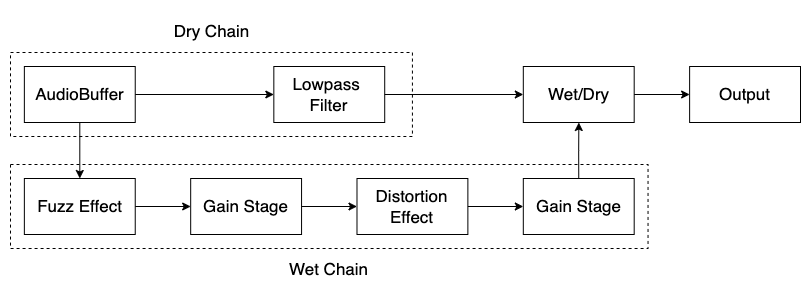
Before: Misc/FlowDiagram/SignalChain/Signal_Chain_002.drawio.png, a diagram exported from draw.io (CiaranMaloy/CleanBlendDistortion). Source tidied: cells renumbered, new cells last; positions are measured from the earlier drawing's top-left corner, leaving out a move shared by most shapes. The source it was exported from:
```xml
<mxGraphModel>
  <root>
    <mxCell id="0" />
    <mxCell id="1" parent="0" />
    <mxCell id="2" style="group;" parent="1" vertex="1">
      <mxGeometry width="790" height="280" as="geometry" />
    </mxCell>
    <mxCell id="3" style="rounded=0;whiteSpace=wrap;html=1;fillColor=none;dashed=1;fontSize=17;" parent="2" vertex="1">
      <mxGeometry y="42" width="401.9" height="84" as="geometry" />
    </mxCell>
    <mxCell id="4" value="AudioBuffer" style="rounded=0;whiteSpace=wrap;html=1;fontSize=17;" parent="2" vertex="1">
      <mxGeometry x="13.9" y="56" width="110.9" height="56" as="geometry" />
    </mxCell>
    <mxCell id="5" value="Lowpass &lt;br style=&quot;font-size: 17px;&quot;&gt;Filter" style="whiteSpace=wrap;html=1;rounded=0;fontSize=17;" parent="2" vertex="1">
      <mxGeometry x="263.3" y="56" width="110.9" height="56" as="geometry" />
    </mxCell>
    <mxCell id="6" style="edgeStyle=orthogonalEdgeStyle;rounded=0;jettySize=auto;html=1;fontSize=17;" parent="2" edge="1" source="4" target="5">
      <mxGeometry relative="1" as="geometry" />
    </mxCell>
    <mxCell id="7" value="Wet/Dry" style="whiteSpace=wrap;html=1;rounded=0;fontSize=17;" parent="2" vertex="1">
      <mxGeometry x="512.8" y="56" width="110.9" height="56" as="geometry" />
    </mxCell>
    <mxCell id="8" style="edgeStyle=orthogonalEdgeStyle;rounded=0;jettySize=auto;html=1;fontSize=17;" parent="2" edge="1" source="5" target="7">
      <mxGeometry relative="1" as="geometry" />
    </mxCell>
    <mxCell id="9" value="Dry Chain" style="text;html=1;strokeColor=none;fillColor=none;align=center;verticalAlign=middle;whiteSpace=wrap;rounded=0;fontSize=17;" parent="2" vertex="1">
      <mxGeometry x="145.5" width="110.9" height="42" as="geometry" />
    </mxCell>
    <mxCell id="10" value="Output" style="whiteSpace=wrap;html=1;rounded=0;fontSize=17;" parent="2" vertex="1">
      <mxGeometry x="679.1" y="56" width="110.9" height="56" as="geometry" />
    </mxCell>
    <mxCell id="11" style="edgeStyle=orthogonalEdgeStyle;rounded=0;jettySize=auto;html=1;fontSize=17;" parent="2" edge="1" source="7" target="10">
      <mxGeometry relative="1" as="geometry" />
    </mxCell>
    <mxCell id="12" value="Fuzz Effect" style="rounded=0;whiteSpace=wrap;html=1;fontSize=17;" parent="2" vertex="1">
      <mxGeometry x="13.9" y="168" width="110.9" height="56" as="geometry" />
    </mxCell>
    <mxCell id="13" style="edgeStyle=orthogonalEdgeStyle;rounded=0;jettySize=auto;html=1;fontSize=17;" parent="2" edge="1" source="4" target="12">
      <mxGeometry relative="1" as="geometry">
        <Array as="points">
          <mxPoint x="69.3" y="196" />
        </Array>
      </mxGeometry>
    </mxCell>
    <mxCell id="14" value="Wet Chain" style="text;html=1;strokeColor=none;fillColor=none;align=center;verticalAlign=middle;whiteSpace=wrap;rounded=0;fontSize=17;" parent="2" vertex="1">
      <mxGeometry x="263.3" y="238" width="110.9" height="42" as="geometry" />
    </mxCell>
    <mxCell id="15" value="Gain Stage" style="rounded=0;whiteSpace=wrap;html=1;fontSize=17;" parent="2" vertex="1">
      <mxGeometry x="180.2" y="168" width="110.9" height="56" as="geometry" />
    </mxCell>
    <mxCell id="16" style="edgeStyle=orthogonalEdgeStyle;rounded=0;jettySize=auto;html=1;fontSize=17;" parent="2" edge="1" source="12" target="15">
      <mxGeometry relative="1" as="geometry" />
    </mxCell>
    <mxCell id="17" value="Distortion Effect" style="rounded=0;whiteSpace=wrap;html=1;fontSize=17;" parent="2" vertex="1">
      <mxGeometry x="346.5" y="168" width="110.9" height="56" as="geometry" />
    </mxCell>
    <mxCell id="18" style="edgeStyle=orthogonalEdgeStyle;rounded=0;jettySize=auto;html=1;fontSize=17;" parent="2" edge="1" source="15" target="17">
      <mxGeometry relative="1" as="geometry" />
    </mxCell>
    <mxCell id="19" value="Gain Stage" style="rounded=0;whiteSpace=wrap;html=1;fontSize=17;" parent="2" vertex="1">
      <mxGeometry x="512.8" y="168" width="110.9" height="56" as="geometry" />
    </mxCell>
    <mxCell id="20" style="edgeStyle=orthogonalEdgeStyle;rounded=0;jettySize=auto;html=1;fontSize=17;" parent="2" edge="1" source="17" target="19">
      <mxGeometry relative="1" as="geometry" />
    </mxCell>
    <mxCell id="21" style="edgeStyle=orthogonalEdgeStyle;rounded=0;jettySize=auto;html=1;exitX=0.5;exitY=0;exitDx=0;exitDy=0;fontSize=17;" parent="2" edge="1" source="19" target="7">
      <mxGeometry relative="1" as="geometry" />
    </mxCell>
    <mxCell id="22" style="rounded=0;whiteSpace=wrap;html=1;fillColor=none;dashed=1;fontSize=17;" parent="2" vertex="1">
      <mxGeometry y="154" width="637.5" height="84" as="geometry" />
    </mxCell>
  </root>
</mxGraphModel>
```
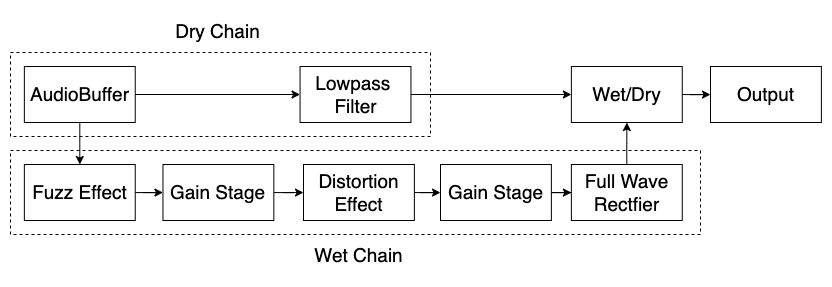
Above is the later version.

Commit message:
Signal chain update

Change to the diagram source:
```diff
@@ -2,72 +2,75 @@
   <root>
     <mxCell id="0" />
     <mxCell id="1" parent="0" />
-    <mxCell id="2" style="group;" parent="1" vertex="1">
-      <mxGeometry width="790" height="280" as="geometry" />
-    </mxCell>
+    <mxCell id="22" style="rounded=0;whiteSpace=wrap;html=1;fillColor=none;dashed=1;fontSize=19;" parent="1" vertex="1">
+      <mxGeometry y="140" width="690" height="84" as="geometry" />
+    </mxCell>
-    <mxCell id="3" style="rounded=0;whiteSpace=wrap;html=1;fillColor=none;dashed=1;fontSize=17;" parent="2" vertex="1">
-      <mxGeometry y="42" width="401.9" height="84" as="geometry" />
+    <mxCell id="3" style="rounded=0;whiteSpace=wrap;html=1;fillColor=none;dashed=1;fontSize=19;" parent="1" vertex="1">
+      <mxGeometry y="42" width="420" height="84" as="geometry" />
     </mxCell>
-    <mxCell id="4" value="AudioBuffer" style="rounded=0;whiteSpace=wrap;html=1;fontSize=17;" parent="2" vertex="1">
+    <mxCell id="4" value="AudioBuffer" style="rounded=0;whiteSpace=wrap;html=1;fontSize=19;" parent="1" vertex="1">
       <mxGeometry x="13.9" y="56" width="110.9" height="56" as="geometry" />
     </mxCell>
-    <mxCell id="5" value="Lowpass &lt;br style=&quot;font-size: 17px;&quot;&gt;Filter" style="whiteSpace=wrap;html=1;rounded=0;fontSize=17;" parent="2" vertex="1">
-      <mxGeometry x="263.3" y="56" width="110.9" height="56" as="geometry" />
+    <mxCell id="5" value="Lowpass &lt;br style=&quot;font-size: 19px;&quot;&gt;Filter" style="whiteSpace=wrap;html=1;rounded=0;fontSize=19;" parent="1" vertex="1">
+      <mxGeometry x="289.6" y="56" width="110.9" height="56" as="geometry" />
     </mxCell>
-    <mxCell id="6" style="edgeStyle=orthogonalEdgeStyle;rounded=0;jettySize=auto;html=1;fontSize=17;" parent="2" edge="1" source="4" target="5">
+    <mxCell id="6" style="edgeStyle=orthogonalEdgeStyle;rounded=0;jettySize=auto;html=1;fontSize=19;" parent="1" edge="1" source="4" target="5">
       <mxGeometry relative="1" as="geometry" />
     </mxCell>
-    <mxCell id="7" value="Wet/Dry" style="whiteSpace=wrap;html=1;rounded=0;fontSize=17;" parent="2" vertex="1">
-      <mxGeometry x="512.8" y="56" width="110.9" height="56" as="geometry" />
+    <mxCell id="7" value="Wet/Dry" style="whiteSpace=wrap;html=1;rounded=0;fontSize=19;" parent="1" vertex="1">
+      <mxGeometry x="560.9" y="56" width="110.9" height="56" as="geometry" />
     </mxCell>
-    <mxCell id="8" style="edgeStyle=orthogonalEdgeStyle;rounded=0;jettySize=auto;html=1;fontSize=17;" parent="2" edge="1" source="5" target="7">
+    <mxCell id="8" style="edgeStyle=orthogonalEdgeStyle;rounded=0;jettySize=auto;html=1;fontSize=19;" parent="1" edge="1" source="5" target="7">
       <mxGeometry relative="1" as="geometry" />
     </mxCell>
-    <mxCell id="9" value="Dry Chain" style="text;html=1;strokeColor=none;fillColor=none;align=center;verticalAlign=middle;whiteSpace=wrap;rounded=0;fontSize=17;" parent="2" vertex="1">
-      <mxGeometry x="145.5" width="110.9" height="42" as="geometry" />
+    <mxCell id="9" value="Dry Chain" style="text;html=1;strokeColor=none;fillColor=none;align=center;verticalAlign=middle;whiteSpace=wrap;rounded=0;fontSize=19;" parent="1" vertex="1">
+      <mxGeometry x="152.5" width="110.9" height="42" as="geometry" />
     </mxCell>
-    <mxCell id="10" value="Output" style="whiteSpace=wrap;html=1;rounded=0;fontSize=17;" parent="2" vertex="1">
-      <mxGeometry x="679.1" y="56" width="110.9" height="56" as="geometry" />
+    <mxCell id="10" value="Output" style="whiteSpace=wrap;html=1;rounded=0;fontSize=19;" parent="1" vertex="1">
+      <mxGeometry x="700" y="56" width="110.9" height="56" as="geometry" />
     </mxCell>
-    <mxCell id="11" style="edgeStyle=orthogonalEdgeStyle;rounded=0;jettySize=auto;html=1;fontSize=17;" parent="2" edge="1" source="7" target="10">
+    <mxCell id="11" style="edgeStyle=orthogonalEdgeStyle;rounded=0;jettySize=auto;html=1;fontSize=19;" parent="1" edge="1" source="7" target="10">
       <mxGeometry relative="1" as="geometry" />
     </mxCell>
-    <mxCell id="12" value="Fuzz Effect" style="rounded=0;whiteSpace=wrap;html=1;fontSize=17;" parent="2" vertex="1">
-      <mxGeometry x="13.9" y="168" width="110.9" height="56" as="geometry" />
+    <mxCell id="12" value="Fuzz Effect" style="rounded=0;whiteSpace=wrap;html=1;fontSize=19;" parent="1" vertex="1">
+      <mxGeometry x="13.9" y="154" width="110.9" height="56" as="geometry" />
     </mxCell>
-    <mxCell id="13" style="edgeStyle=orthogonalEdgeStyle;rounded=0;jettySize=auto;html=1;fontSize=17;" parent="2" edge="1" source="4" target="12">
+    <mxCell id="13" style="edgeStyle=orthogonalEdgeStyle;rounded=0;jettySize=auto;html=1;fontSize=19;" parent="1" edge="1" source="4" target="12">
       <mxGeometry relative="1" as="geometry">
         <Array as="points">
           <mxPoint x="69.3" y="196" />
         </Array>
       </mxGeometry>
     </mxCell>
-    <mxCell id="14" value="Wet Chain" style="text;html=1;strokeColor=none;fillColor=none;align=center;verticalAlign=middle;whiteSpace=wrap;rounded=0;fontSize=17;" parent="2" vertex="1">
-      <mxGeometry x="263.3" y="238" width="110.9" height="42" as="geometry" />
+    <mxCell id="14" value="Wet Chain" style="text;html=1;strokeColor=none;fillColor=none;align=center;verticalAlign=middle;whiteSpace=wrap;rounded=0;fontSize=19;" parent="1" vertex="1">
+      <mxGeometry x="293" y="224" width="110.9" height="42" as="geometry" />
     </mxCell>
-    <mxCell id="15" value="Gain Stage" style="rounded=0;whiteSpace=wrap;html=1;fontSize=17;" parent="2" vertex="1">
-      <mxGeometry x="180.2" y="168" width="110.9" height="56" as="geometry" />
+    <mxCell id="15" value="Gain Stage" style="rounded=0;whiteSpace=wrap;html=1;fontSize=19;" parent="1" vertex="1">
+      <mxGeometry x="152.5" y="154" width="110.9" height="56" as="geometry" />
     </mxCell>
-    <mxCell id="16" style="edgeStyle=orthogonalEdgeStyle;rounded=0;jettySize=auto;html=1;fontSize=17;" parent="2" edge="1" source="12" target="15">
+    <mxCell id="16" style="edgeStyle=orthogonalEdgeStyle;rounded=0;jettySize=auto;html=1;fontSize=19;" parent="1" edge="1" source="12" target="15">
       <mxGeometry relative="1" as="geometry" />
     </mxCell>
-    <mxCell id="17" value="Distortion Effect" style="rounded=0;whiteSpace=wrap;html=1;fontSize=17;" parent="2" vertex="1">
-      <mxGeometry x="346.5" y="168" width="110.9" height="56" as="geometry" />
+    <mxCell id="17" value="Distortion Effect" style="rounded=0;whiteSpace=wrap;html=1;fontSize=19;" parent="1" vertex="1">
+      <mxGeometry x="293" y="154" width="110.9" height="56" as="geometry" />
     </mxCell>
-    <mxCell id="18" style="edgeStyle=orthogonalEdgeStyle;rounded=0;jettySize=auto;html=1;fontSize=17;" parent="2" edge="1" source="15" target="17">
+    <mxCell id="18" style="edgeStyle=orthogonalEdgeStyle;rounded=0;jettySize=auto;html=1;fontSize=19;" parent="1" edge="1" source="15" target="17">
       <mxGeometry relative="1" as="geometry" />
     </mxCell>
+    <mxCell id="23" style="edgeStyle=orthogonalEdgeStyle;rounded=0;jettySize=auto;html=1;fontSize=19;" parent="1" edge="1" source="19" target="24">
+      <mxGeometry relative="1" as="geometry" />
+    </mxCell>
-    <mxCell id="19" value="Gain Stage" style="rounded=0;whiteSpace=wrap;html=1;fontSize=17;" parent="2" vertex="1">
-      <mxGeometry x="512.8" y="168" width="110.9" height="56" as="geometry" />
+    <mxCell id="19" value="Gain Stage" style="rounded=0;whiteSpace=wrap;html=1;fontSize=19;" parent="1" vertex="1">
+      <mxGeometry x="430" y="154" width="110.9" height="56" as="geometry" />
     </mxCell>
-    <mxCell id="20" style="edgeStyle=orthogonalEdgeStyle;rounded=0;jettySize=auto;html=1;fontSize=17;" parent="2" edge="1" source="17" target="19">
+    <mxCell id="20" style="edgeStyle=orthogonalEdgeStyle;rounded=0;jettySize=auto;html=1;fontSize=19;" parent="1" edge="1" source="17" target="19">
       <mxGeometry relative="1" as="geometry" />
     </mxCell>
-    <mxCell id="21" style="edgeStyle=orthogonalEdgeStyle;rounded=0;jettySize=auto;html=1;exitX=0.5;exitY=0;exitDx=0;exitDy=0;fontSize=17;" parent="2" edge="1" source="19" target="7">
+    <mxCell id="21" style="edgeStyle=orthogonalEdgeStyle;rounded=0;jettySize=auto;html=1;exitX=0.5;exitY=0;exitDx=0;exitDy=0;fontSize=19;" parent="1" edge="1" source="24" target="7">
       <mxGeometry relative="1" as="geometry" />
     </mxCell>
-    <mxCell id="22" style="rounded=0;whiteSpace=wrap;html=1;fillColor=none;dashed=1;fontSize=17;" parent="2" vertex="1">
-      <mxGeometry y="154" width="637.5" height="84" as="geometry" />
-    </mxCell>
+    <mxCell id="24" value="Full Wave Rectfier" style="rounded=0;whiteSpace=wrap;html=1;fontSize=19;" parent="1" vertex="1">
+      <mxGeometry x="560.9" y="154" width="110.9" height="56" as="geometry" />
+    </mxCell>
   </root>
 </mxGraphModel>
```
